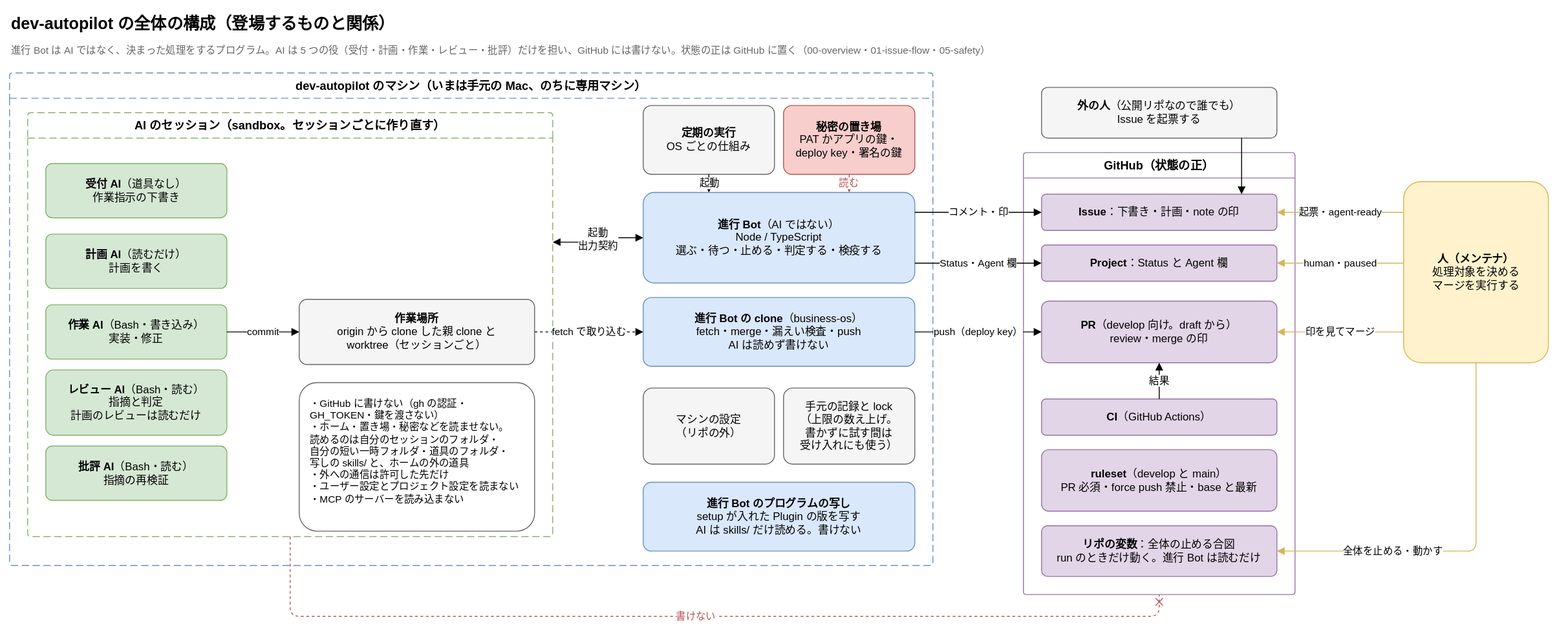
Before: docs/diagrams/overview.drawio.svg, a diagram exported from draw.io (Joymerrevent/dev-autopilot). Source tidied: cells renumbered, new cells last; positions are measured from the earlier drawing's top-left corner, leaving out a move shared by most shapes.
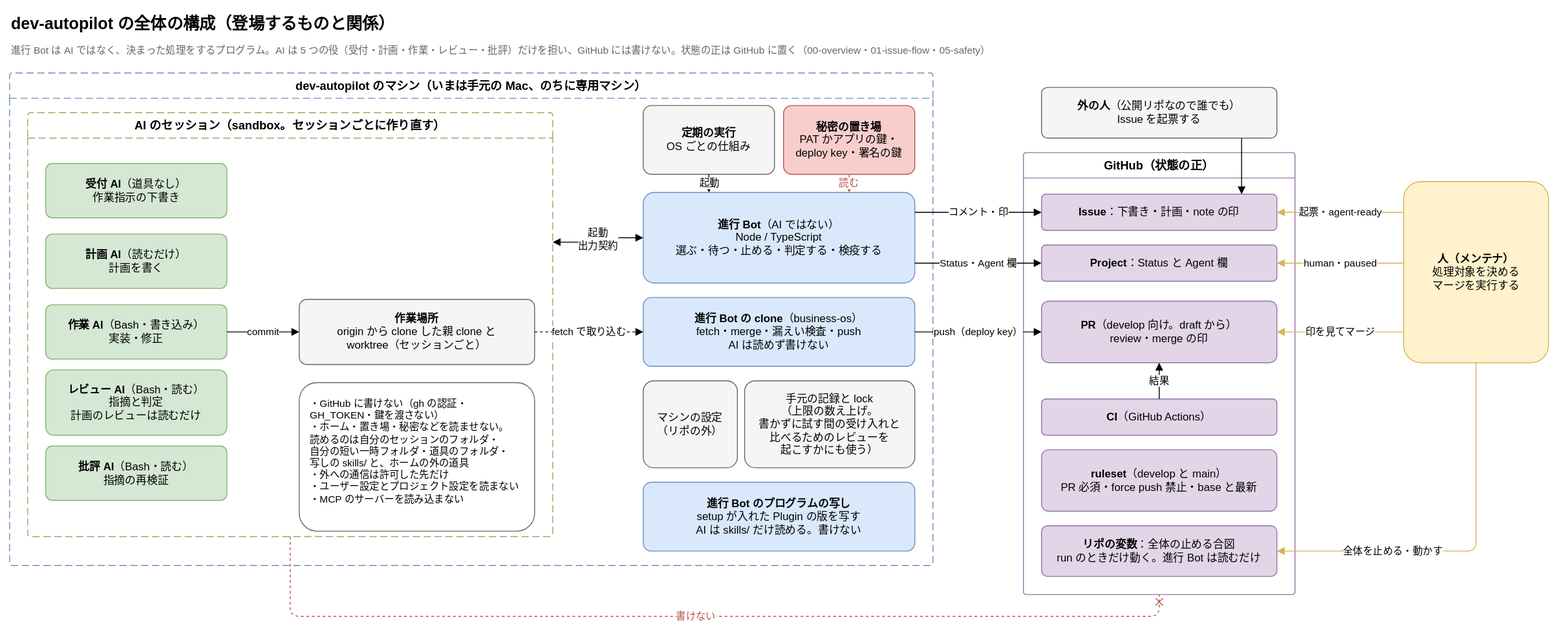
The same diagram one commit later.

The edit, as a diff of the source:
```diff
@@ -51,10 +51,10 @@
       <mxGeometry x="700" y="522" width="300" height="76" as="geometry" />
     </mxCell>
     <mxCell id="18" value="マシンの設定&lt;br&gt;（リポの外）" style="rounded=1;whiteSpace=wrap;html=1;fontSize=12;arcSize=12;fillColor=#f5f5f5;strokeColor=#666666;spacing=12;" parent="1" vertex="1">
-      <mxGeometry x="700" y="418" width="145" height="84" as="geometry" />
+      <mxGeometry x="700" y="410" width="104" height="96" as="geometry" />
     </mxCell>
-    <mxCell id="19" value="手元の記録と lock&lt;br&gt;（上限の数え上げ。&lt;br&gt;書かずに試す間は&lt;br&gt;受け入れにも使う）" style="rounded=1;whiteSpace=wrap;html=1;fontSize=12;arcSize=12;fillColor=#f5f5f5;strokeColor=#666666;spacing=12;" parent="1" vertex="1">
-      <mxGeometry x="855" y="418" width="145" height="84" as="geometry" />
+    <mxCell id="19" value="手元の記録と lock&lt;br&gt;（上限の数え上げ。&lt;br&gt;書かずに試す間の受け入れと&lt;br&gt;比べるためのレビューを&lt;br&gt;起こすかにも使う）" style="rounded=1;whiteSpace=wrap;html=1;fontSize=12;arcSize=12;fillColor=#f5f5f5;strokeColor=#666666;spacing=12;" parent="1" vertex="1">
+      <mxGeometry x="812" y="410" width="188" height="96" as="geometry" />
     </mxCell>
     <mxCell id="20" value="GitHub（状態の正）" style="swimlane;startSize=28;html=1;whiteSpace=wrap;rounded=1;arcSize=4;fontStyle=1;fontSize=13;strokeColor=#9673a6;fillColor=none;swimlaneFillColor=none;" parent="1" vertex="1">
       <mxGeometry x="1120" y="158" width="300" height="488" as="geometry" />
```
